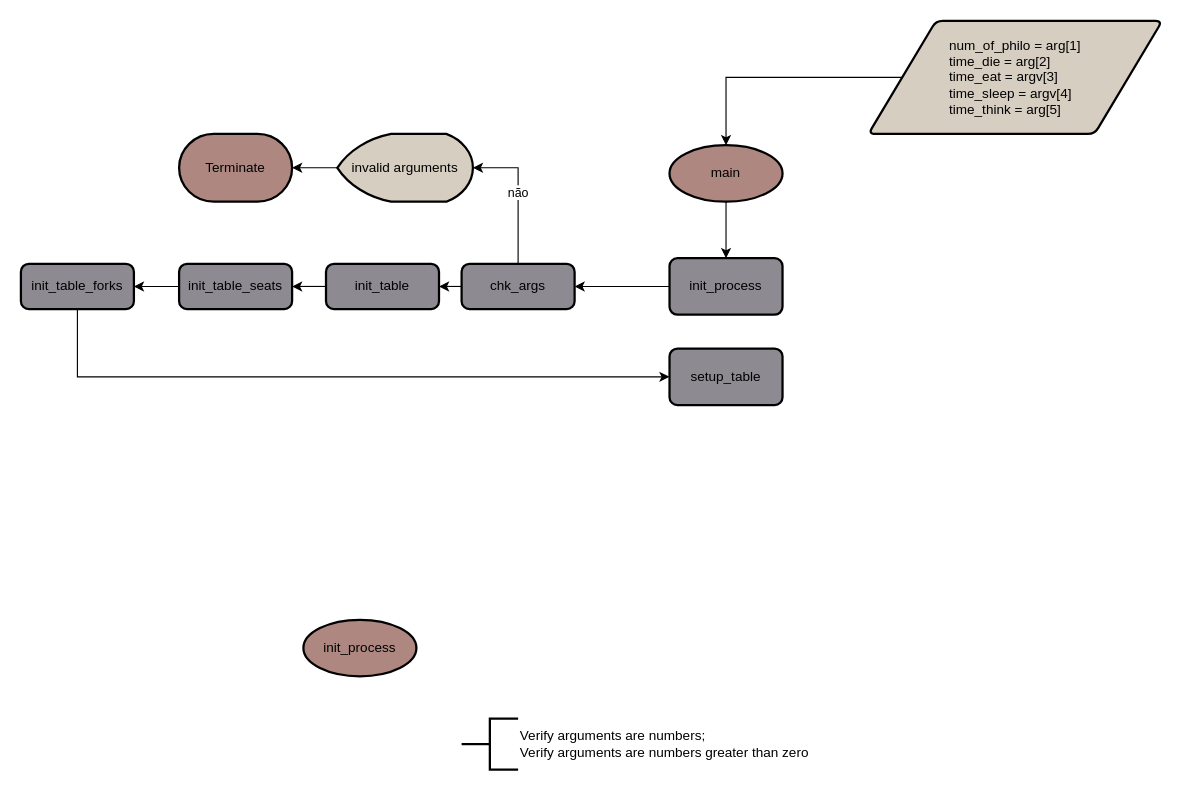
Earlier version of the draw.io diagram Untitled Diagram.drawio (FaustoFaggion/42_school_phylosophers). Source tidied: cells renumbered, new cells numbered last; positions are measured from the earlier drawing's top-left corner, leaving out a move shared by most shapes. Both pictures are drawn from the tidied source at 113%, with x=0, y=0 at pixel (20, 20).
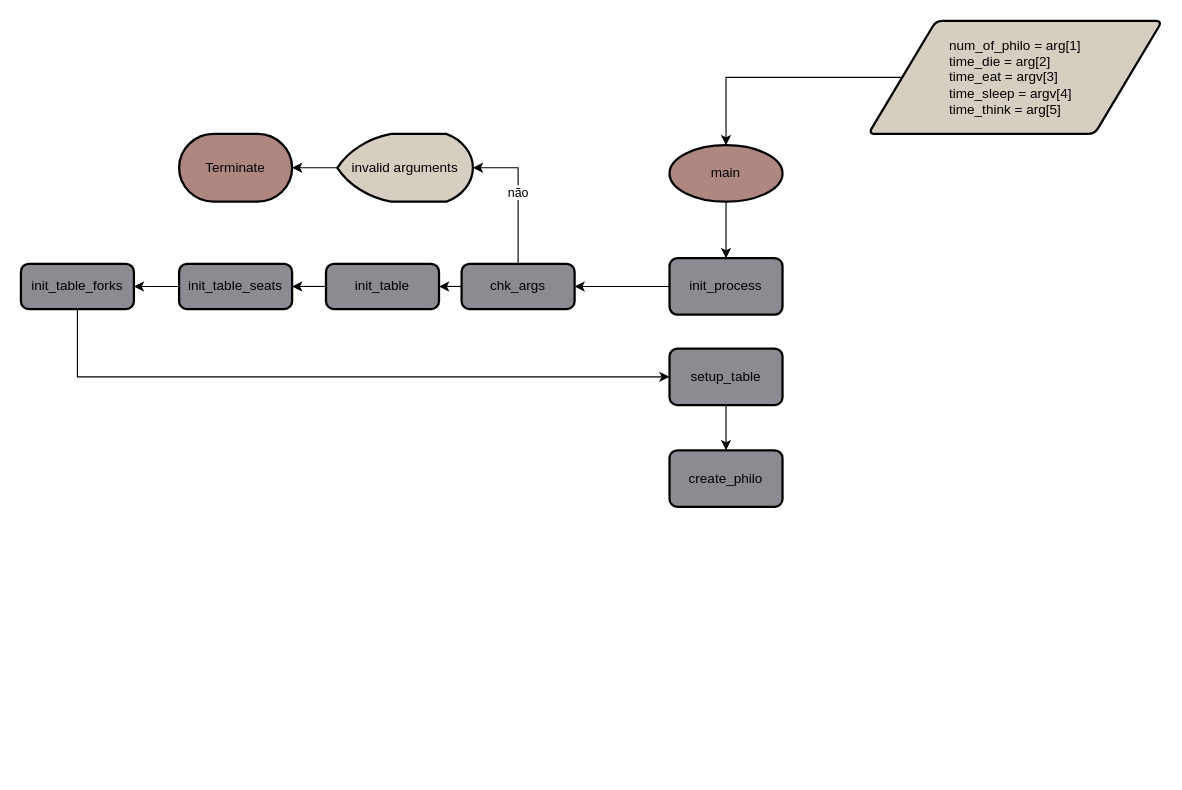
The same diagram, later.

Unchanged cells that the change refers to:
```xml
<mxCell id="22" value="setup_table" style="rounded=1;whiteSpace=wrap;html=1;absoluteArcSize=1;arcSize=14;strokeWidth=2;fillColor=#8E8A92;" parent="1" vertex="1">
  <mxGeometry x="574" y="290" width="100" height="50" as="geometry" />
</mxCell>
```

Diff of the diagram source:
```diff
@@
-    <mxCell id="8" value="&lt;div&gt;Verify arguments are numbers;&lt;/div&gt;&lt;div&gt;Verify arguments are numbers greater than zero&lt;br&gt;&lt;/div&gt;" style="strokeWidth=2;html=1;shape=mxgraph.flowchart.annotation_2;align=left;labelPosition=right;" parent="1" vertex="1">
-      <mxGeometry x="390" y="617.5" width="50" height="45" as="geometry" />
-    </mxCell>
-    <mxCell id="9" value="init_process" style="strokeWidth=2;html=1;shape=mxgraph.flowchart.start_1;whiteSpace=wrap;fillColor=#ae8781;" parent="1" vertex="1">
-      <mxGeometry x="250" y="530" width="100" height="50" as="geometry" />
-    </mxCell>
@@
+    <mxCell id="23" style="edgeStyle=orthogonalEdgeStyle;rounded=0;jettySize=auto;html=1;exitX=0.5;exitY=1;exitDx=0;exitDy=0;entryX=0.5;entryY=0;entryDx=0;entryDy=0;" parent="1" edge="1" source="22" target="24">
+      <mxGeometry relative="1" as="geometry" />
+    </mxCell>
@@
+    <mxCell id="24" value="create_philo" style="rounded=1;whiteSpace=wrap;html=1;absoluteArcSize=1;arcSize=14;strokeWidth=2;fillColor=#8E8A92;" parent="1" vertex="1">
+      <mxGeometry x="574" y="380" width="100" height="50" as="geometry" />
+    </mxCell>
```
